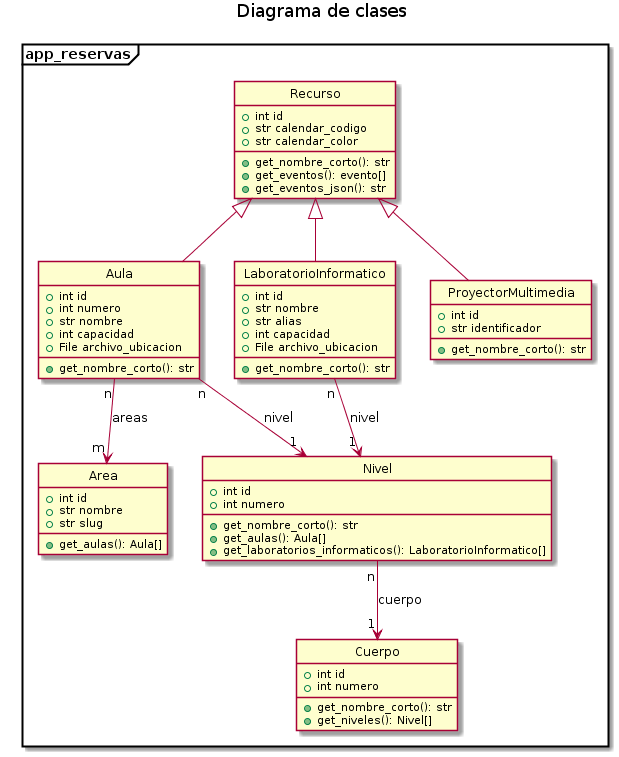
utn-frm-si/reservas keeps this PlantUML diagram as docs/uml/diagrama_clases.png. Above is the earlier version.
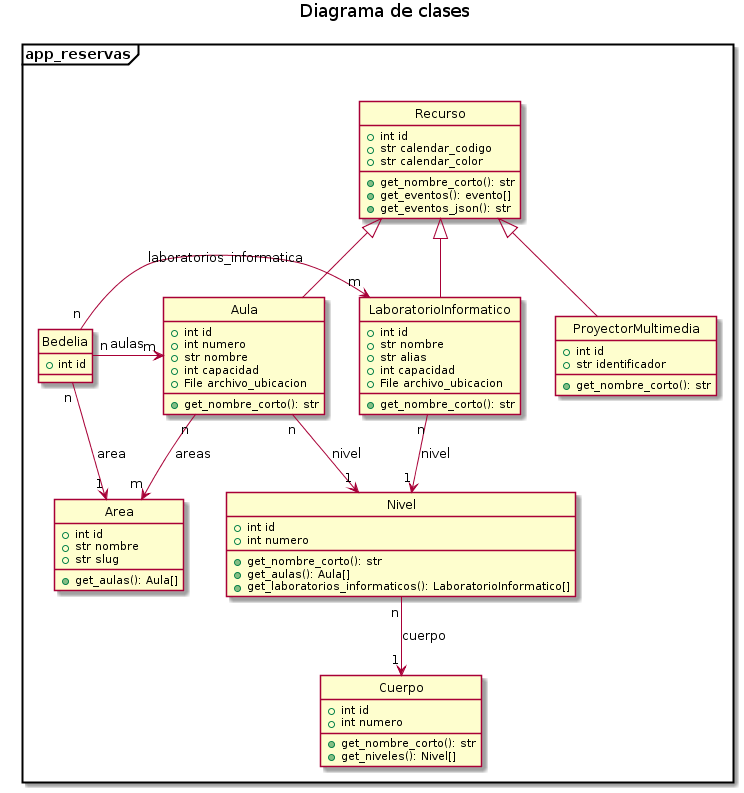
Later version of the same file.

Diff of the diagram source:
```diff
@@ -28,6 +28,10 @@
         + int capacidad
         + File archivo_ubicacion
         + get_nombre_corto(): str
+    }
+
+    class Bedelia {
+        + int id
     }
 
     class Cuerpo {
@@ -65,6 +69,10 @@
     Aula "n" --> "m" Area: areas
     Aula "n" --> "1" Nivel: nivel
 
+    Bedelia "n" --> "1" Area: area
+    Bedelia "n" -> "m" Aula: aulas
+    Bedelia "n" -> "m" LaboratorioInformatico: laboratorios_informatica
+
     LaboratorioInformatico "n" --> "1" Nivel: nivel
 
     Nivel "n" --> "1" Cuerpo: cuerpo
```
